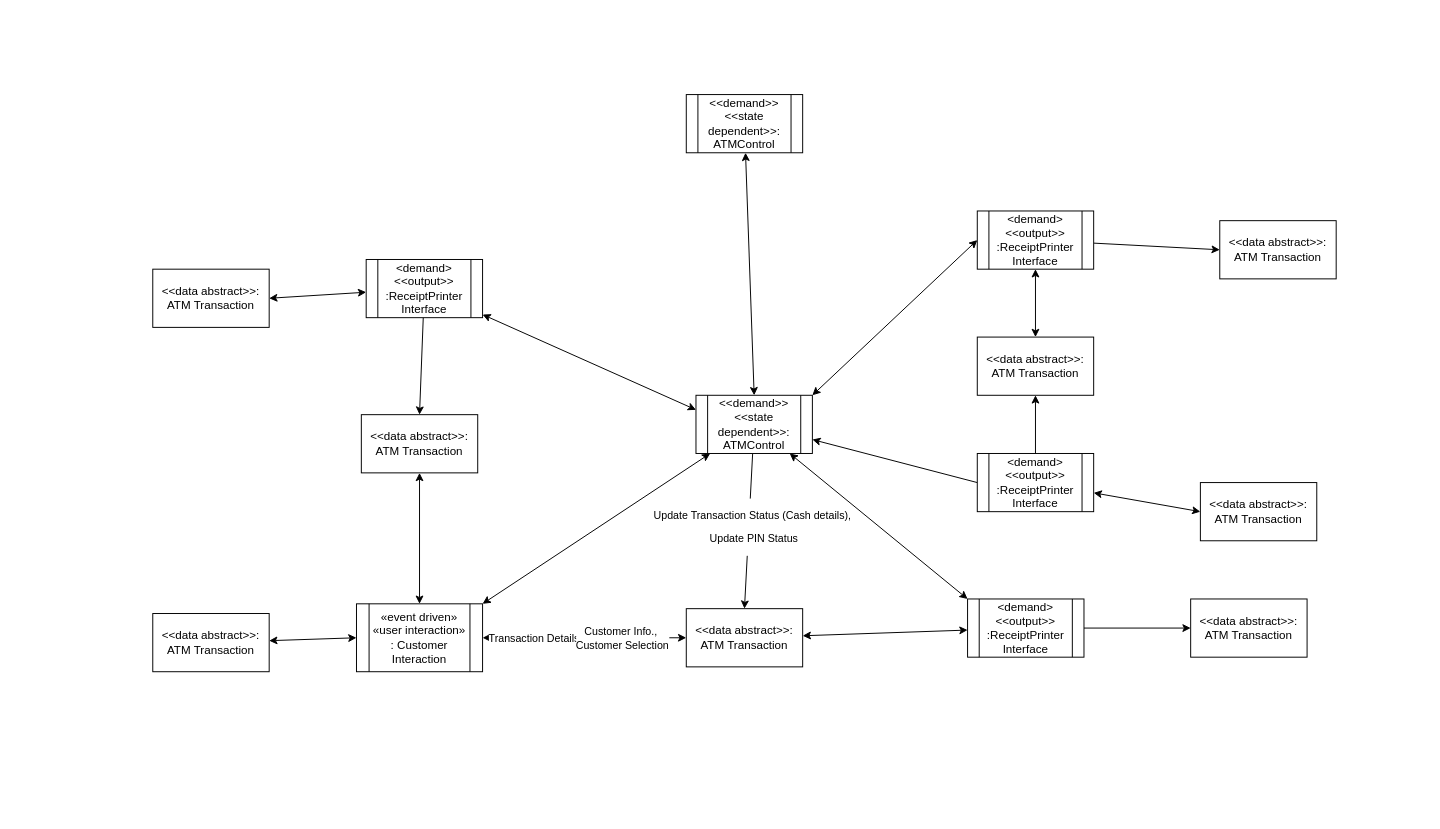
Above: map/Untitled Diagram.drawio in msqtt/Sources (draw.io), before the change. Source tidied: cells renumbered, new cells numbered last; positions are measured from the earlier drawing's top-left corner, leaving out a move shared by most shapes. Both pictures are drawn from the tidied source at 97%, with x=0, y=0 at pixel (152, 94).
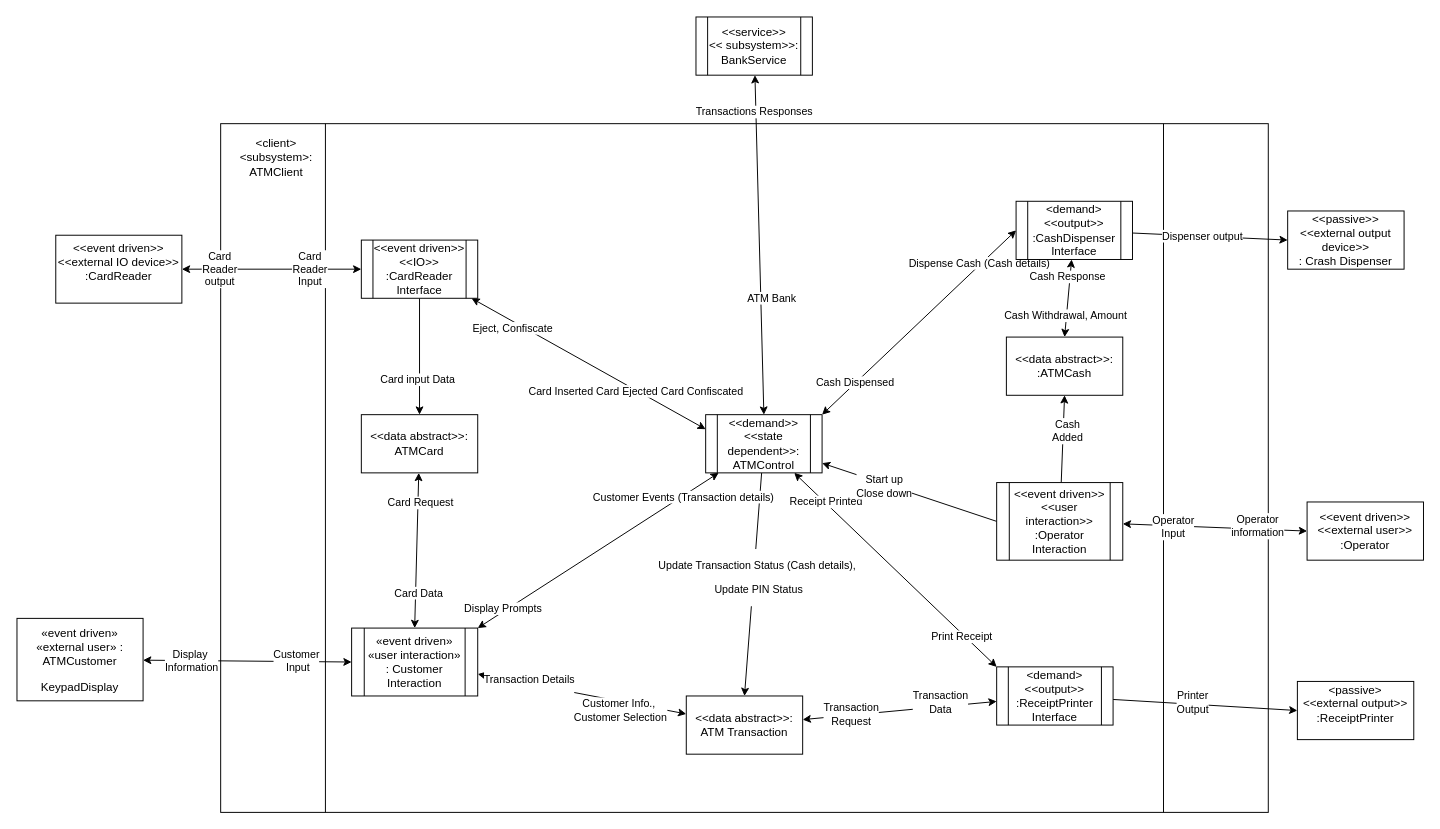
After the change.

Unchanged cells that the change refers to:
```xml
<mxCell id="4" style="rounded=0;jettySize=auto;html=1;entryX=0;entryY=0;entryDx=0;entryDy=0;startArrow=classic;startFill=1;" parent="1" edge="1" source="7" target="15">
  <mxGeometry relative="1" as="geometry" />
</mxCell>
<mxCell id="5" style="rounded=0;jettySize=auto;html=1;entryX=1;entryY=0;entryDx=0;entryDy=0;startArrow=classic;startFill=1;" parent="1" edge="1" source="7" target="13">
  <mxGeometry relative="1" as="geometry" />
</mxCell>
<mxCell id="6" style="rounded=0;jettySize=auto;html=1;entryX=0;entryY=0.5;entryDx=0;entryDy=0;startArrow=classic;startFill=1;endArrow=none;endFill=0;" parent="1" edge="1" source="7" target="18">
  <mxGeometry relative="1" as="geometry" />
</mxCell>
<mxCell id="11" style="rounded=0;jettySize=auto;html=1;startArrow=classic;startFill=1;" parent="1" edge="1" source="12" target="15">
  <mxGeometry relative="1" as="geometry" />
</mxCell>
<mxCell id="14" style="rounded=0;jettySize=auto;html=1;entryX=0;entryY=0.5;entryDx=0;entryDy=0;" parent="1" edge="1" source="15" target="35">
  <mxGeometry relative="1" as="geometry" />
</mxCell>
<mxCell id="16" style="rounded=0;jettySize=auto;html=1;entryX=0.5;entryY=1;entryDx=0;entryDy=0;" parent="1" edge="1" source="18" target="23">
  <mxGeometry relative="1" as="geometry" />
</mxCell>
<mxCell id="17" style="rounded=0;jettySize=auto;html=1;entryX=0;entryY=0.5;entryDx=0;entryDy=0;startArrow=classic;startFill=1;" parent="1" edge="1" source="18" target="34">
  <mxGeometry relative="1" as="geometry" />
</mxCell>
<mxCell id="19" style="rounded=0;jettySize=auto;html=1;entryX=0.5;entryY=0;entryDx=0;entryDy=0;startArrow=classic;startFill=1;" parent="1" edge="1" source="22" target="23">
  <mxGeometry relative="1" as="geometry" />
</mxCell>
<mxCell id="20" style="rounded=0;jettySize=auto;html=1;entryX=1;entryY=0;entryDx=0;entryDy=0;startArrow=classic;startFill=1;exitX=0;exitY=0.5;exitDx=0;exitDy=0;" parent="1" edge="1" source="22" target="7">
  <mxGeometry relative="1" as="geometry" />
</mxCell>
<mxCell id="21" style="rounded=0;jettySize=auto;html=1;entryX=0;entryY=0.5;entryDx=0;entryDy=0;" parent="1" edge="1" source="22" target="33">
  <mxGeometry relative="1" as="geometry" />
</mxCell>
<mxCell id="24" style="rounded=0;jettySize=auto;html=1;entryX=0;entryY=0.25;entryDx=0;entryDy=0;startArrow=classic;startFill=1;" parent="1" edge="1" source="27" target="7">
  <mxGeometry relative="1" as="geometry" />
</mxCell>
<mxCell id="25" style="rounded=0;jettySize=auto;html=1;entryX=0.5;entryY=0;entryDx=0;entryDy=0;" parent="1" edge="1" source="27" target="29">
  <mxGeometry relative="1" as="geometry" />
</mxCell>
<mxCell id="26" style="rounded=0;jettySize=auto;html=1;entryX=1;entryY=0.5;entryDx=0;entryDy=0;startArrow=classic;startFill=1;" parent="1" edge="1" source="27" target="32">
  <mxGeometry relative="1" as="geometry" />
</mxCell>
<mxCell id="28" style="rounded=0;jettySize=auto;html=1;entryX=0.5;entryY=0;entryDx=0;entryDy=0;startArrow=classic;startFill=1;" parent="1" edge="1" source="29" target="13">
  <mxGeometry relative="1" as="geometry" />
</mxCell>
<mxCell id="30" style="rounded=0;jettySize=auto;html=1;entryX=0;entryY=0.5;entryDx=0;entryDy=0;startArrow=classic;startFill=1;" parent="1" edge="1" source="31" target="13">
  <mxGeometry relative="1" as="geometry" />
</mxCell>
<mxCell id="36" style="rounded=0;jettySize=auto;html=1;entryX=0.5;entryY=0;entryDx=0;entryDy=0;startArrow=classic;startFill=1;" parent="1" edge="1" source="37" target="7">
  <mxGeometry relative="1" as="geometry" />
</mxCell>
```

Change to the diagram source:
```diff
@@
+    <mxCell id="38" style="shape=process;whiteSpace=wrap;html=1;backgroundOutline=1;" parent="1" vertex="1">
+      <mxGeometry x="70" y="30" width="1080" height="710" as="geometry" />
+    </mxCell>
@@
+    <mxCell id="39" value="Receipt Printed" style="edgeLabel;html=1;align=center;verticalAlign=middle;" parent="4" vertex="1">
+      <mxGeometry x="-0.7" y="1" relative="1" as="geometry" />
+    </mxCell>
+    <mxCell id="40" value="Print Receipt" style="edgeLabel;html=1;align=center;verticalAlign=middle;" parent="4" vertex="1">
+      <mxGeometry x="0.67" y="-2" relative="1" as="geometry" />
+    </mxCell>
@@
+    <mxCell id="41" value="Customer Events (Transaction details)" style="edgeLabel;html=1;align=center;verticalAlign=middle;" parent="5" vertex="1">
+      <mxGeometry x="-0.7" y="1" relative="1" as="geometry" />
+    </mxCell>
+    <mxCell id="42" value="Display Prompts" style="edgeLabel;html=1;align=center;verticalAlign=middle;" parent="5" vertex="1">
+      <mxGeometry x="0.78" y="-3" relative="1" as="geometry" />
+    </mxCell>
@@
+    <mxCell id="43" value="&lt;div&gt;Start up&lt;/div&gt;&lt;div&gt;Close down&lt;/div&gt;" style="edgeLabel;html=1;align=center;verticalAlign=middle;" parent="6" vertex="1">
+      <mxGeometry x="-0.28" y="-2" relative="1" as="geometry" />
+    </mxCell>
     <mxCell id="7" value="&lt;div&gt;&amp;lt;&amp;lt;demand&amp;gt;&amp;gt;&lt;/div&gt;&lt;div&gt;&amp;lt;&amp;lt;state dependent&amp;gt;&amp;gt;: ATMControl&lt;br&gt;&lt;/div&gt;" style="shape=process;whiteSpace=wrap;html=1;backgroundOutline=1;" parent="1" vertex="1">
-      <mxGeometry x="560" y="310" width="120" height="60" as="geometry" />
+      <mxGeometry x="570" y="330" width="120" height="60" as="geometry" />
     </mxCell>
@@
+    <mxCell id="44" value="&lt;div&gt;Transaction&lt;/div&gt;&lt;div&gt;Data&lt;/div&gt;" style="edgeLabel;html=1;align=center;verticalAlign=middle;" parent="11" vertex="1">
+      <mxGeometry x="0.54" y="3" relative="1" as="geometry">
+        <mxPoint x="-13" as="offset" />
+      </mxGeometry>
+    </mxCell>
+    <mxCell id="45" value="&lt;div&gt;Transaction&lt;/div&gt;&lt;div&gt;Request&lt;br&gt;&lt;/div&gt;" style="edgeLabel;html=1;align=center;verticalAlign=middle;" parent="11" vertex="1">
+      <mxGeometry x="-0.64" y="3" relative="1" as="geometry">
+        <mxPoint x="14" as="offset" />
+      </mxGeometry>
+    </mxCell>
     <mxCell id="12" value="&amp;lt;&amp;lt;data abstract&amp;gt;&amp;gt;: ATM Transaction" style="rounded=0;whiteSpace=wrap;html=1;" parent="1" vertex="1">
-      <mxGeometry x="550" y="530" width="120" height="60" as="geometry" />
+      <mxGeometry x="550" y="620" width="120" height="60" as="geometry" />
     </mxCell>
     <mxCell id="13" value="&lt;p&gt;«event driven» «user interaction» : Customer Interaction&lt;/p&gt;" style="shape=process;whiteSpace=wrap;html=1;backgroundOutline=1;rounded=0;" parent="1" vertex="1">
-      <mxGeometry x="210" y="525" width="130" height="70" as="geometry" />
+      <mxGeometry x="205" y="550" width="130" height="70" as="geometry" />
     </mxCell>
@@
+    <mxCell id="46" value="&lt;div&gt;Printer&lt;/div&gt;&lt;div&gt;Output&lt;br&gt;&lt;/div&gt;" style="edgeLabel;html=1;align=center;verticalAlign=middle;" parent="14" vertex="1">
+      <mxGeometry x="-0.14" y="2" relative="1" as="geometry" />
+    </mxCell>
     <mxCell id="15" value="&lt;div&gt;&amp;lt;demand&amp;gt;&lt;/div&gt;&lt;div&gt;&amp;lt;&amp;lt;output&amp;gt;&amp;gt;&lt;br&gt;&lt;/div&gt;&lt;div&gt;:ReceiptPrinter&lt;/div&gt;&lt;div&gt;Interface&lt;br&gt;&lt;/div&gt;" style="shape=process;whiteSpace=wrap;html=1;backgroundOutline=1;rounded=0;" parent="1" vertex="1">
-      <mxGeometry x="840" y="520" width="120" height="60" as="geometry" />
+      <mxGeometry x="870" y="590" width="120" height="60" as="geometry" />
     </mxCell>
@@
+    <mxCell id="47" value="&lt;div&gt;Cash&lt;/div&gt;&lt;div&gt;Added&lt;/div&gt;" style="edgeLabel;html=1;align=center;verticalAlign=middle;" parent="16" vertex="1">
+      <mxGeometry x="0.21" y="-4" relative="1" as="geometry" />
+    </mxCell>
@@
+    <mxCell id="48" value="&lt;div&gt;Operator&lt;/div&gt;&lt;div&gt;Input&lt;br&gt;&lt;/div&gt;" style="edgeLabel;html=1;align=center;verticalAlign=middle;" parent="17" vertex="1">
+      <mxGeometry x="-0.58" y="-1" relative="1" as="geometry">
+        <mxPoint x="12" as="offset" />
+      </mxGeometry>
+    </mxCell>
+    <mxCell id="49" value="&lt;div&gt;Operator&lt;/div&gt;&lt;div&gt;information&lt;br&gt;&lt;/div&gt;" style="edgeLabel;html=1;align=center;verticalAlign=middle;" parent="17" vertex="1">
+      <mxGeometry x="0.62" y="4" relative="1" as="geometry">
+        <mxPoint x="-16" as="offset" />
+      </mxGeometry>
+    </mxCell>
-    <mxCell id="18" value="&lt;div&gt;&amp;lt;demand&amp;gt;&lt;/div&gt;&lt;div&gt;&amp;lt;&amp;lt;output&amp;gt;&amp;gt;&lt;br&gt;&lt;/div&gt;&lt;div&gt;:ReceiptPrinter&lt;/div&gt;&lt;div&gt;Interface&lt;br&gt;&lt;/div&gt;" style="shape=process;whiteSpace=wrap;html=1;backgroundOutline=1;rounded=0;" parent="1" vertex="1">
-      <mxGeometry x="850" y="370" width="120" height="60" as="geometry" />
+    <mxCell id="18" value="&lt;div&gt;&amp;lt;&amp;lt;event driven&amp;gt;&amp;gt;&lt;/div&gt;&lt;div&gt;&amp;lt;&amp;lt;user interaction&amp;gt;&amp;gt; :Operator&lt;/div&gt;&lt;div&gt;Interaction&lt;br&gt;&lt;/div&gt;" style="shape=process;whiteSpace=wrap;html=1;backgroundOutline=1;rounded=0;" parent="1" vertex="1">
+      <mxGeometry x="870" y="400" width="130" height="80" as="geometry" />
     </mxCell>
@@
+    <mxCell id="50" value="Cash Withdrawal, Amount" style="edgeLabel;html=1;align=center;verticalAlign=middle;" parent="19" vertex="1">
+      <mxGeometry x="0.44" y="-2" relative="1" as="geometry" />
+    </mxCell>
+    <mxCell id="51" value="Cash Response" style="edgeLabel;html=1;align=center;verticalAlign=middle;" parent="19" vertex="1">
+      <mxGeometry x="-0.56" y="-3" relative="1" as="geometry" />
+    </mxCell>
@@
+    <mxCell id="52" value="Dispense Cash (Cash details)" style="edgeLabel;html=1;align=center;verticalAlign=middle;" parent="20" vertex="1">
+      <mxGeometry x="-0.63" y="-2" relative="1" as="geometry" />
+    </mxCell>
+    <mxCell id="53" value="Cash Dispensed" style="edgeLabel;html=1;align=center;verticalAlign=middle;" parent="20" vertex="1">
+      <mxGeometry x="0.66" y="-2" relative="1" as="geometry">
+        <mxPoint x="1" as="offset" />
+      </mxGeometry>
+    </mxCell>
@@
+    <mxCell id="54" value="Dispenser output" style="edgeLabel;html=1;align=center;verticalAlign=middle;" parent="21" vertex="1">
+      <mxGeometry x="-0.1" relative="1" as="geometry" />
+    </mxCell>
-    <mxCell id="22" value="&lt;div&gt;&amp;lt;demand&amp;gt;&lt;/div&gt;&lt;div&gt;&amp;lt;&amp;lt;output&amp;gt;&amp;gt;&lt;br&gt;&lt;/div&gt;&lt;div&gt;:ReceiptPrinter&lt;/div&gt;&lt;div&gt;Interface&lt;br&gt;&lt;/div&gt;" style="shape=process;whiteSpace=wrap;html=1;backgroundOutline=1;rounded=0;" parent="1" vertex="1">
-      <mxGeometry x="850" y="120" width="120" height="60" as="geometry" />
+    <mxCell id="22" value="&lt;div&gt;&amp;lt;demand&amp;gt;&lt;/div&gt;&lt;div&gt;&amp;lt;&amp;lt;output&amp;gt;&amp;gt;&lt;br&gt;&lt;/div&gt;&lt;div&gt;:CashDispenser&lt;/div&gt;&lt;div&gt;Interface&lt;br&gt;&lt;/div&gt;" style="shape=process;whiteSpace=wrap;html=1;backgroundOutline=1;rounded=0;" parent="1" vertex="1">
+      <mxGeometry x="890" y="110" width="120" height="60" as="geometry" />
     </mxCell>
-    <mxCell id="23" value="&amp;lt;&amp;lt;data abstract&amp;gt;&amp;gt;: ATM Transaction" style="rounded=0;whiteSpace=wrap;html=1;" parent="1" vertex="1">
-      <mxGeometry x="850" y="250" width="120" height="60" as="geometry" />
+    <mxCell id="23" value="&amp;lt;&amp;lt;data abstract&amp;gt;&amp;gt;: :ATMCash" style="rounded=0;whiteSpace=wrap;html=1;" parent="1" vertex="1">
+      <mxGeometry x="880" y="250" width="120" height="60" as="geometry" />
     </mxCell>
@@
+    <mxCell id="55" value="Card Inserted Card Ejected Card Confiscated" style="edgeLabel;html=1;align=center;verticalAlign=middle;" parent="24" vertex="1">
+      <mxGeometry x="0.64" relative="1" as="geometry">
+        <mxPoint x="-29" y="-15" as="offset" />
+      </mxGeometry>
+    </mxCell>
+    <mxCell id="56" value="Eject, Confiscate" style="edgeLabel;html=1;align=center;verticalAlign=middle;" parent="24" vertex="1">
+      <mxGeometry x="-0.75" y="2" relative="1" as="geometry">
+        <mxPoint x="10" y="15" as="offset" />
+      </mxGeometry>
+    </mxCell>
@@
+    <mxCell id="57" value="Card input Data" style="edgeLabel;html=1;align=center;verticalAlign=middle;" parent="25" vertex="1">
+      <mxGeometry x="0.39" y="-3" relative="1" as="geometry" />
+    </mxCell>
@@
+    <mxCell id="58" value="&lt;div&gt;Card&lt;/div&gt;&lt;div&gt;Reader&lt;/div&gt;&lt;div&gt;Input&lt;br&gt;&lt;/div&gt;" style="edgeLabel;html=1;align=center;verticalAlign=middle;" parent="26" vertex="1">
+      <mxGeometry x="-0.42" y="-1" relative="1" as="geometry" />
+    </mxCell>
+    <mxCell id="59" value="&lt;div&gt;Card&lt;/div&gt;&lt;div&gt;Reader&lt;/div&gt;&lt;div&gt;output&lt;br&gt;&lt;/div&gt;" style="edgeLabel;html=1;align=center;verticalAlign=middle;" parent="26" vertex="1">
+      <mxGeometry x="0.67" y="-1" relative="1" as="geometry">
+        <mxPoint x="7" as="offset" />
+      </mxGeometry>
+    </mxCell>
-    <mxCell id="27" value="&lt;div&gt;&amp;lt;demand&amp;gt;&lt;/div&gt;&lt;div&gt;&amp;lt;&amp;lt;output&amp;gt;&amp;gt;&lt;br&gt;&lt;/div&gt;&lt;div&gt;:ReceiptPrinter&lt;/div&gt;&lt;div&gt;Interface&lt;br&gt;&lt;/div&gt;" style="shape=process;whiteSpace=wrap;html=1;backgroundOutline=1;rounded=0;" parent="1" vertex="1">
-      <mxGeometry x="220" y="170" width="120" height="60" as="geometry" />
+    <mxCell id="27" value="&lt;div&gt;&amp;lt;&amp;lt;event driven&amp;gt;&amp;gt;&lt;/div&gt;&lt;div&gt;&amp;lt;&amp;lt;IO&amp;gt;&amp;gt; :CardReader&lt;/div&gt;&lt;div&gt;Interface&lt;br&gt;&lt;/div&gt;" style="shape=process;whiteSpace=wrap;html=1;backgroundOutline=1;rounded=0;" parent="1" vertex="1">
+      <mxGeometry x="215" y="150" width="120" height="60" as="geometry" />
     </mxCell>
@@
+    <mxCell id="60" value="Card Data" style="edgeLabel;html=1;align=center;verticalAlign=middle;" parent="28" vertex="1">
+      <mxGeometry x="0.54" y="3" relative="1" as="geometry" />
+    </mxCell>
+    <mxCell id="61" value="Card Request" style="edgeLabel;html=1;align=center;verticalAlign=middle;" parent="28" vertex="1">
+      <mxGeometry x="-0.63" y="2" relative="1" as="geometry" />
+    </mxCell>
-    <mxCell id="29" value="&amp;lt;&amp;lt;data abstract&amp;gt;&amp;gt;: ATM Transaction" style="rounded=0;whiteSpace=wrap;html=1;" parent="1" vertex="1">
+    <mxCell id="29" value="&amp;lt;&amp;lt;data abstract&amp;gt;&amp;gt;: ATMCard" style="rounded=0;whiteSpace=wrap;html=1;" parent="1" vertex="1">
       <mxGeometry x="215" y="330" width="120" height="60" as="geometry" />
     </mxCell>
@@
+    <mxCell id="62" value="&lt;div&gt;Customer&lt;/div&gt;&lt;div&gt;&amp;nbsp;Input&lt;/div&gt;" style="edgeLabel;html=1;align=center;verticalAlign=middle;" parent="30" vertex="1">
+      <mxGeometry x="0.68" y="-3" relative="1" as="geometry">
+        <mxPoint x="-23" y="-4" as="offset" />
+      </mxGeometry>
+    </mxCell>
+    <mxCell id="63" value="&lt;div&gt;Display&amp;nbsp;&lt;/div&gt;&lt;div&gt;Information&lt;/div&gt;" style="edgeLabel;html=1;align=center;verticalAlign=middle;" parent="30" vertex="1">
+      <mxGeometry x="-0.69" y="3" relative="1" as="geometry">
+        <mxPoint x="16" y="3" as="offset" />
+      </mxGeometry>
+    </mxCell>
-    <mxCell id="31" value="&amp;lt;&amp;lt;data abstract&amp;gt;&amp;gt;: ATM Transaction" style="rounded=0;whiteSpace=wrap;html=1;" parent="1" vertex="1">
-      <mxGeometry y="535" width="120" height="60" as="geometry" />
+    <mxCell id="31" value="&lt;p&gt;«event driven» «external user» : ATMCustomer&lt;/p&gt;&lt;p&gt;KeypadDisplay&lt;br&gt;&lt;/p&gt;" style="rounded=0;whiteSpace=wrap;html=1;" parent="1" vertex="1">
+      <mxGeometry x="-140" y="540" width="130" height="85" as="geometry" />
     </mxCell>
-    <mxCell id="32" value="&amp;lt;&amp;lt;data abstract&amp;gt;&amp;gt;: ATM Transaction" style="rounded=0;whiteSpace=wrap;html=1;" parent="1" vertex="1">
-      <mxGeometry y="180" width="120" height="60" as="geometry" />
+    <mxCell id="32" value="&lt;div&gt;&amp;lt;&amp;lt;event driven&amp;gt;&amp;gt;&lt;/div&gt;&lt;div&gt;&amp;lt;&amp;lt;external IO device&amp;gt;&amp;gt; :CardReader&lt;/div&gt;&lt;div&gt;&lt;br&gt;&lt;/div&gt;" style="rounded=0;whiteSpace=wrap;html=1;" parent="1" vertex="1">
+      <mxGeometry x="-100" y="145" width="130" height="70" as="geometry" />
     </mxCell>
-    <mxCell id="33" value="&amp;lt;&amp;lt;data abstract&amp;gt;&amp;gt;: ATM Transaction" style="rounded=0;whiteSpace=wrap;html=1;" parent="1" vertex="1">
-      <mxGeometry x="1100" y="130" width="120" height="60" as="geometry" />
+    <mxCell id="33" value="&lt;div&gt;&amp;lt;&amp;lt;passive&amp;gt;&amp;gt;&lt;/div&gt;&lt;div&gt;&amp;lt;&amp;lt;external output device&amp;gt;&amp;gt;&lt;br&gt;&lt;/div&gt;&lt;div&gt;: Crash Dispenser&lt;/div&gt;" style="rounded=0;whiteSpace=wrap;html=1;" parent="1" vertex="1">
+      <mxGeometry x="1170" y="120" width="120" height="60" as="geometry" />
     </mxCell>
-    <mxCell id="34" value="&amp;lt;&amp;lt;data abstract&amp;gt;&amp;gt;: ATM Transaction" style="rounded=0;whiteSpace=wrap;html=1;" parent="1" vertex="1">
-      <mxGeometry x="1080" y="400" width="120" height="60" as="geometry" />
+    <mxCell id="34" value="&lt;div&gt;&amp;lt;&amp;lt;event driven&amp;gt;&amp;gt;&lt;/div&gt;&lt;div&gt;&amp;lt;&amp;lt;external user&amp;gt;&amp;gt; :Operator&lt;/div&gt;" style="rounded=0;whiteSpace=wrap;html=1;" parent="1" vertex="1">
+      <mxGeometry x="1190" y="420" width="120" height="60" as="geometry" />
     </mxCell>
-    <mxCell id="35" value="&amp;lt;&amp;lt;data abstract&amp;gt;&amp;gt;: ATM Transaction" style="rounded=0;whiteSpace=wrap;html=1;" parent="1" vertex="1">
-      <mxGeometry x="1070" y="520" width="120" height="60" as="geometry" />
+    <mxCell id="35" value="&lt;div&gt;&amp;lt;passive&amp;gt;&lt;/div&gt;&lt;div&gt;&amp;lt;&amp;lt;external output&amp;gt;&amp;gt;&lt;br&gt;&lt;/div&gt;&lt;div&gt;:ReceiptPrinter&lt;/div&gt;&lt;div&gt;&lt;br&gt;&lt;/div&gt;" style="rounded=0;whiteSpace=wrap;html=1;" parent="1" vertex="1">
+      <mxGeometry x="1180" y="605" width="120" height="60" as="geometry" />
     </mxCell>
@@
+    <mxCell id="64" value="ATM Bank" style="edgeLabel;html=1;align=center;verticalAlign=middle;" parent="36" vertex="1">
+      <mxGeometry x="-0.76" y="2" relative="1" as="geometry">
+        <mxPoint x="14" y="188" as="offset" />
+      </mxGeometry>
+    </mxCell>
+    <mxCell id="65" value="Transactions Responses" style="edgeLabel;html=1;align=center;verticalAlign=middle;" parent="36" vertex="1">
+      <mxGeometry x="-0.79" y="-2" relative="1" as="geometry" />
+    </mxCell>
-    <mxCell id="37" value="&lt;div&gt;&amp;lt;&amp;lt;demand&amp;gt;&amp;gt;&lt;/div&gt;&lt;div&gt;&amp;lt;&amp;lt;state dependent&amp;gt;&amp;gt;: ATMControl&lt;br&gt;&lt;/div&gt;" style="shape=process;whiteSpace=wrap;html=1;backgroundOutline=1;" parent="1" vertex="1">
-      <mxGeometry x="550" width="120" height="60" as="geometry" />
+    <mxCell id="37" value="&lt;div&gt;&amp;lt;&amp;lt;service&amp;gt;&amp;gt;&lt;/div&gt;&lt;div&gt;&amp;lt;&amp;lt; subsystem&amp;gt;&amp;gt;: BankService&lt;br&gt;&lt;/div&gt;" style="shape=process;whiteSpace=wrap;html=1;backgroundOutline=1;" parent="1" vertex="1">
+      <mxGeometry x="560" y="-80" width="120" height="60" as="geometry" />
     </mxCell>
+    <mxCell id="66" value="&amp;lt;client&amp;gt; &amp;lt;subsystem&amp;gt;: ATMClient" style="text;html=1;strokeColor=none;fillColor=none;align=center;verticalAlign=middle;whiteSpace=wrap;rounded=0;" parent="1" vertex="1">
+      <mxGeometry x="80" y="40" width="95" height="50" as="geometry" />
+    </mxCell>
```
